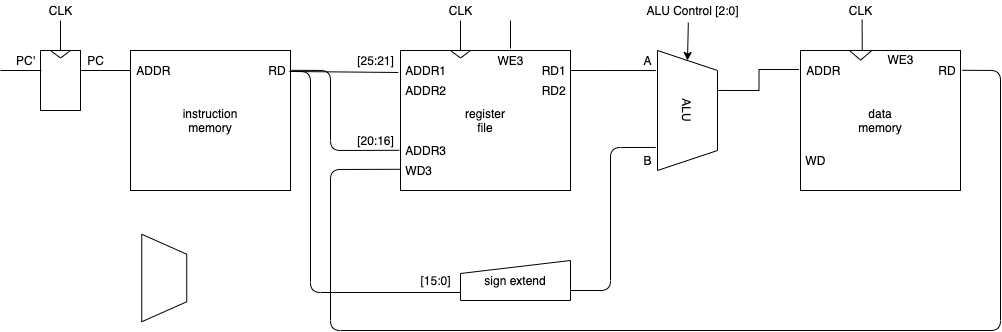
Above: doc/architecture.drawio.png in 0n1shi/fpga-mips (draw.io), before the change. Source tidied: cells renumbered, new cells last; positions are measured from the earlier drawing's top-left corner, leaving out a move shared by most shapes. Its diagram source:
```xml
<mxGraphModel>
  <root>
    <mxCell id="0" />
    <mxCell id="1" parent="0" />
    <mxCell id="2" style="group;" parent="1" vertex="1">
      <mxGeometry x="40" y="50" width="40" height="60" as="geometry" />
    </mxCell>
    <mxCell id="3" style="rounded=0;whiteSpace=wrap;html=1;" parent="2" vertex="1">
      <mxGeometry width="40" height="60" as="geometry" />
    </mxCell>
    <mxCell id="4" style="triangle;whiteSpace=wrap;html=1;rotation=90;" parent="2" vertex="1">
      <mxGeometry x="16.2" y="-6.2" width="7.5" height="20" as="geometry" />
    </mxCell>
    <mxCell id="5" style="endArrow=none;html=1;exitX=0.5;exitY=0;exitDx=0;exitDy=0;" parent="1" edge="1" source="3">
      <mxGeometry relative="1" as="geometry">
        <mxPoint x="60" y="20" as="targetPoint" />
      </mxGeometry>
    </mxCell>
    <mxCell id="6" value="CLK&lt;br&gt;" style="text;html=1;align=center;verticalAlign=middle;" parent="1" vertex="1">
      <mxGeometry x="40" width="40" height="20" as="geometry" />
    </mxCell>
    <mxCell id="7" style="endArrow=none;html=1;" parent="1" edge="1">
      <mxGeometry relative="1" as="geometry">
        <mxPoint y="70" as="sourcePoint" />
        <mxPoint x="41" y="70" as="targetPoint" />
      </mxGeometry>
    </mxCell>
    <mxCell id="8" value="PC'" style="text;html=1;align=center;verticalAlign=middle;" parent="1" vertex="1">
      <mxGeometry x="10" y="50" width="30" height="20" as="geometry" />
    </mxCell>
    <mxCell id="9" style="group;" parent="1" vertex="1">
      <mxGeometry x="130" y="50" width="160" height="140" as="geometry" />
    </mxCell>
    <mxCell id="10" value="instruction&lt;br&gt;memory" style="rounded=0;whiteSpace=wrap;html=1;" parent="9" vertex="1">
      <mxGeometry width="160" height="140" as="geometry" />
    </mxCell>
    <mxCell id="11" value="&amp;nbsp;ADDR" style="text;html=1;align=left;verticalAlign=middle;" parent="9" vertex="1">
      <mxGeometry x="1" y="10" width="50" height="20" as="geometry" />
    </mxCell>
    <mxCell id="12" value="RD&amp;nbsp;" style="text;html=1;align=right;verticalAlign=middle;points=[];" parent="9" vertex="1">
      <mxGeometry x="120" y="10" width="40" height="20" as="geometry" />
    </mxCell>
    <mxCell id="13" style="endArrow=none;html=1;entryX=-0.001;entryY=0.143;entryDx=0;entryDy=0;entryPerimeter=0;" parent="1" edge="1" target="10">
      <mxGeometry relative="1" as="geometry">
        <mxPoint x="80" y="70" as="sourcePoint" />
      </mxGeometry>
    </mxCell>
    <mxCell id="14" style="endArrow=none;html=1;exitX=0;exitY=0.5;exitDx=0;exitDy=0;" parent="1" edge="1" source="34">
      <mxGeometry relative="1" as="geometry">
        <mxPoint x="460" y="20" as="targetPoint" />
      </mxGeometry>
    </mxCell>
    <mxCell id="15" value="CLK&lt;br&gt;" style="text;html=1;align=center;verticalAlign=middle;" parent="1" vertex="1">
      <mxGeometry x="440" width="40" height="20" as="geometry" />
    </mxCell>
    <mxCell id="16" style="endArrow=none;html=1;" parent="1" edge="1">
      <mxGeometry relative="1" as="geometry">
        <mxPoint x="510" y="48" as="sourcePoint" />
        <mxPoint x="510" y="20" as="targetPoint" />
      </mxGeometry>
    </mxCell>
    <mxCell id="17" value="PC" style="text;html=1;align=center;verticalAlign=middle;" parent="1" vertex="1">
      <mxGeometry x="80" y="50" width="30" height="20" as="geometry" />
    </mxCell>
    <mxCell id="18" style="endArrow=none;html=1;entryX=1.045;entryY=0.55;entryDx=0;entryDy=0;entryPerimeter=0;exitX=-0.013;exitY=0.157;exitDx=0;exitDy=0;exitPerimeter=0;" parent="1" edge="1" source="27" target="12">
      <mxGeometry relative="1" as="geometry" />
    </mxCell>
    <mxCell id="19" value="[25:21]" style="text;html=1;align=center;verticalAlign=middle;" parent="1" vertex="1">
      <mxGeometry x="350" y="50" width="50" height="20" as="geometry" />
    </mxCell>
    <mxCell id="20" style="endArrow=none;html=1;exitX=0;exitY=0.8;exitDx=0;exitDy=0;entryX=0.97;entryY=0.55;entryDx=0;entryDy=0;entryPerimeter=0;exitPerimeter=0;" parent="1" edge="1" source="24" target="12">
      <mxGeometry relative="1" as="geometry">
        <Array as="points">
          <mxPoint x="310" y="292" />
          <mxPoint x="310" y="71" />
        </Array>
      </mxGeometry>
    </mxCell>
    <mxCell id="21" value="[15:0]" style="text;html=1;align=center;verticalAlign=middle;" parent="1" vertex="1">
      <mxGeometry x="410" y="270" width="50" height="20" as="geometry" />
    </mxCell>
    <mxCell id="22" style="edgeStyle=orthogonalEdgeStyle;rounded=0;jettySize=auto;html=1;entryX=-0.009;entryY=0.136;entryDx=0;entryDy=0;entryPerimeter=0;endArrow=none;endFill=0;exitX=0.333;exitY=-0.01;exitDx=0;exitDy=0;exitPerimeter=0;" parent="1" edge="1" source="23" target="44">
      <mxGeometry relative="1" as="geometry" />
    </mxCell>
    <mxCell id="23" value="ALU" style="shape=trapezoid;perimeter=trapezoidPerimeter;whiteSpace=wrap;html=1;fixedSize=1;align=center;rotation=90;" parent="1" vertex="1">
      <mxGeometry x="627" y="80" width="120" height="60" as="geometry" />
    </mxCell>
    <mxCell id="24" value="sign extend" style="shape=manualInput;whiteSpace=wrap;html=1;align=center;size=13;verticalAlign=middle;" parent="1" vertex="1">
      <mxGeometry x="460" y="260" width="110" height="40" as="geometry" />
    </mxCell>
    <mxCell id="25" style="endArrow=none;html=1;entryX=0.167;entryY=1.027;entryDx=0;entryDy=0;entryPerimeter=0;exitX=0.985;exitY=0.5;exitDx=0;exitDy=0;exitPerimeter=0;" parent="1" edge="1" source="32" target="23">
      <mxGeometry relative="1" as="geometry" />
    </mxCell>
    <mxCell id="26" style="group;" parent="1" vertex="1">
      <mxGeometry x="400" y="50" width="170" height="140" as="geometry" />
    </mxCell>
    <mxCell id="27" value="register&lt;br&gt;file" style="rounded=0;whiteSpace=wrap;html=1;" parent="26" vertex="1">
      <mxGeometry width="170" height="140" as="geometry" />
    </mxCell>
    <mxCell id="28" value="&amp;nbsp;ADDR1" style="text;html=1;align=left;verticalAlign=middle;" parent="26" vertex="1">
      <mxGeometry y="10" width="60" height="20" as="geometry" />
    </mxCell>
    <mxCell id="29" value="&amp;nbsp;ADDR2" style="text;html=1;align=left;verticalAlign=middle;points=[];" parent="26" vertex="1">
      <mxGeometry y="30" width="60" height="20" as="geometry" />
    </mxCell>
    <mxCell id="30" value="&amp;nbsp;ADDR3" style="text;html=1;align=left;verticalAlign=middle;points=[];" parent="26" vertex="1">
      <mxGeometry y="90" width="60" height="20" as="geometry" />
    </mxCell>
    <mxCell id="31" value="&amp;nbsp;WD3" style="text;html=1;align=left;verticalAlign=middle;points=[];" parent="26" vertex="1">
      <mxGeometry y="110" width="50" height="20" as="geometry" />
    </mxCell>
    <mxCell id="32" value="RD1&amp;nbsp;" style="text;html=1;align=right;verticalAlign=middle;points=[];" parent="26" vertex="1">
      <mxGeometry x="130" y="10" width="40" height="20" as="geometry" />
    </mxCell>
    <mxCell id="33" value="RD2&amp;nbsp;" style="text;html=1;align=right;verticalAlign=middle;points=[];" parent="26" vertex="1">
      <mxGeometry x="130" y="30" width="40" height="20" as="geometry" />
    </mxCell>
    <mxCell id="34" style="triangle;whiteSpace=wrap;html=1;rotation=90;" parent="26" vertex="1">
      <mxGeometry x="56.2" y="-6.2" width="7.5" height="20" as="geometry" />
    </mxCell>
    <mxCell id="35" value="WE3" style="text;html=1;align=center;verticalAlign=middle;horizontal=1;" parent="26" vertex="1">
      <mxGeometry x="90" width="40" height="20" as="geometry" />
    </mxCell>
    <mxCell id="36" style="endArrow=none;html=1;exitX=1;exitY=0.75;exitDx=0;exitDy=0;entryX=0.808;entryY=1.03;entryDx=0;entryDy=0;entryPerimeter=0;" parent="1" edge="1" source="24" target="23">
      <mxGeometry relative="1" as="geometry">
        <Array as="points">
          <mxPoint x="610" y="290" />
          <mxPoint x="610" y="147" />
        </Array>
      </mxGeometry>
    </mxCell>
    <mxCell id="37" value="A" style="text;html=1;align=center;verticalAlign=middle;" parent="1" vertex="1">
      <mxGeometry x="637" y="50" width="20" height="20" as="geometry" />
    </mxCell>
    <mxCell id="38" value="B" style="text;html=1;align=center;verticalAlign=middle;" parent="1" vertex="1">
      <mxGeometry x="637" y="150" width="20" height="20" as="geometry" />
    </mxCell>
    <mxCell id="39" style="endArrow=classic;html=1;entryX=0;entryY=0.5;entryDx=0;entryDy=0;exitX=0.462;exitY=1.11;exitDx=0;exitDy=0;exitPerimeter=0;" parent="1" edge="1" source="40" target="23">
      <mxGeometry relative="1" as="geometry" />
    </mxCell>
    <mxCell id="40" value="ALU Control [2:0]" style="text;html=1;align=center;verticalAlign=middle;points=[];" parent="1" vertex="1">
      <mxGeometry x="637" width="110" height="20" as="geometry" />
    </mxCell>
    <mxCell id="41" style="group;" parent="1" vertex="1">
      <mxGeometry x="800" y="50" width="160" height="140" as="geometry" />
    </mxCell>
    <mxCell id="42" style="group;" parent="41" vertex="1">
      <mxGeometry width="160" height="140" as="geometry" />
    </mxCell>
    <mxCell id="43" style="group;" parent="42" vertex="1">
      <mxGeometry y="-0.9" width="160" height="140.9" as="geometry" />
    </mxCell>
    <mxCell id="44" value="data&lt;br&gt;memory" style="rounded=0;whiteSpace=wrap;html=1;" parent="43" vertex="1">
      <mxGeometry y="0.9" width="160" height="140" as="geometry" />
    </mxCell>
    <mxCell id="45" value="&amp;nbsp;ADDR" style="text;html=1;align=left;verticalAlign=middle;" parent="43" vertex="1">
      <mxGeometry x="1" y="10.9" width="50" height="20" as="geometry" />
    </mxCell>
    <mxCell id="46" value="RD&amp;nbsp;" style="text;html=1;align=right;verticalAlign=middle;points=[];" parent="43" vertex="1">
      <mxGeometry x="120" y="10.9" width="40" height="20" as="geometry" />
    </mxCell>
    <mxCell id="47" value="&amp;nbsp;WD" style="text;html=1;align=left;verticalAlign=middle;points=[];" parent="43" vertex="1">
      <mxGeometry y="100.9" width="40" height="20" as="geometry" />
    </mxCell>
    <mxCell id="48" value="WE3" style="text;html=1;align=center;verticalAlign=middle;points=[];horizontal=1;" parent="43" vertex="1">
      <mxGeometry x="80" width="40" height="20" as="geometry" />
    </mxCell>
    <mxCell id="49" style="triangle;whiteSpace=wrap;html=1;align=center;rotation=90;" parent="43" vertex="1">
      <mxGeometry x="55.3" y="-5.4" width="9.7" height="22.3" as="geometry" />
    </mxCell>
    <mxCell id="50" style="endArrow=none;html=1;exitX=0.386;exitY=-0.001;exitDx=0;exitDy=0;exitPerimeter=0;entryX=0.54;entryY=0.96;entryDx=0;entryDy=0;entryPerimeter=0;" parent="1" edge="1" source="44" target="51">
      <mxGeometry relative="1" as="geometry" />
    </mxCell>
    <mxCell id="51" value="CLK&lt;br&gt;" style="text;html=1;align=center;verticalAlign=middle;points=[];" parent="1" vertex="1">
      <mxGeometry x="840" width="40" height="20" as="geometry" />
    </mxCell>
    <mxCell id="52" style="endArrow=none;html=1;exitX=1.02;exitY=0.49;exitDx=0;exitDy=0;exitPerimeter=0;entryX=-0.02;entryY=0.49;entryDx=0;entryDy=0;entryPerimeter=0;" parent="1" edge="1" source="12" target="30">
      <mxGeometry relative="1" as="geometry">
        <Array as="points">
          <mxPoint x="330" y="70" />
          <mxPoint x="330" y="150" />
        </Array>
      </mxGeometry>
    </mxCell>
    <mxCell id="53" value="[20:16]" style="text;html=1;align=center;verticalAlign=middle;" parent="1" vertex="1">
      <mxGeometry x="350" y="130" width="50" height="20" as="geometry" />
    </mxCell>
    <mxCell id="54" style="endArrow=none;html=1;entryX=1.045;entryY=0.49;entryDx=0;entryDy=0;entryPerimeter=0;exitX=-0.012;exitY=0.44;exitDx=0;exitDy=0;exitPerimeter=0;" parent="1" edge="1" source="31" target="46">
      <mxGeometry relative="1" as="geometry">
        <Array as="points">
          <mxPoint x="330" y="169" />
          <mxPoint x="330" y="330" />
          <mxPoint x="1000" y="330" />
          <mxPoint x="1000" y="70" />
        </Array>
      </mxGeometry>
    </mxCell>
    <mxCell id="55" style="shape=trapezoid;perimeter=trapezoidPerimeter;whiteSpace=wrap;html=1;fixedSize=1;align=center;rotation=90;" parent="1" vertex="1">
      <mxGeometry x="120" y="255" width="87.5" height="45" as="geometry" />
    </mxCell>
  </root>
</mxGraphModel>
```
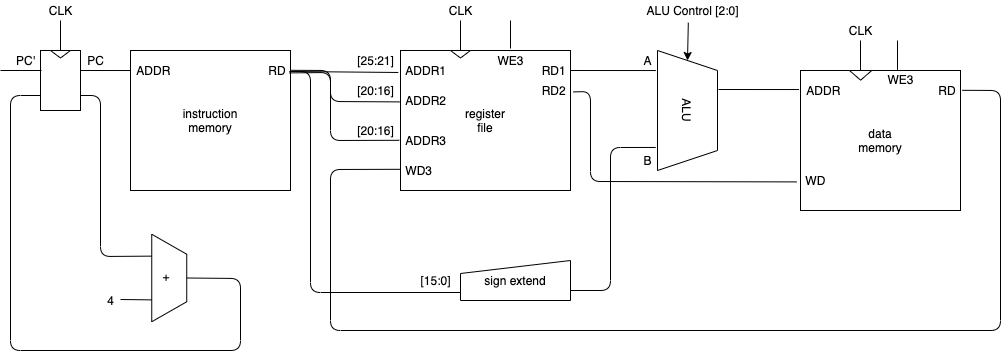
After the change.

Commit message:
:pencil: udpate readme

Diff of the diagram source:
```diff
@@ -79,8 +79,10 @@
     <mxCell id="21" value="[15:0]" style="text;html=1;align=center;verticalAlign=middle;" parent="1" vertex="1">
       <mxGeometry x="410" y="270" width="50" height="20" as="geometry" />
     </mxCell>
-    <mxCell id="22" style="edgeStyle=orthogonalEdgeStyle;rounded=0;jettySize=auto;html=1;entryX=-0.009;entryY=0.136;entryDx=0;entryDy=0;entryPerimeter=0;endArrow=none;endFill=0;exitX=0.333;exitY=-0.01;exitDx=0;exitDy=0;exitPerimeter=0;" parent="1" edge="1" source="23" target="44">
-      <mxGeometry relative="1" as="geometry" />
+    <mxCell id="22" style="edgeStyle=orthogonalEdgeStyle;rounded=0;jettySize=auto;html=1;entryX=-0.009;entryY=0.136;entryDx=0;entryDy=0;entryPerimeter=0;endArrow=none;endFill=0;" parent="1" edge="1" target="44">
+      <mxGeometry relative="1" as="geometry">
+        <mxPoint x="718" y="89" as="sourcePoint" />
+      </mxGeometry>
     </mxCell>
     <mxCell id="23" value="ALU" style="shape=trapezoid;perimeter=trapezoidPerimeter;whiteSpace=wrap;html=1;fixedSize=1;align=center;rotation=90;" parent="1" vertex="1">
       <mxGeometry x="627" y="80" width="120" height="60" as="geometry" />
@@ -101,10 +103,10 @@
       <mxGeometry y="10" width="60" height="20" as="geometry" />
     </mxCell>
     <mxCell id="29" value="&amp;nbsp;ADDR2" style="text;html=1;align=left;verticalAlign=middle;points=[];" parent="26" vertex="1">
-      <mxGeometry y="30" width="60" height="20" as="geometry" />
+      <mxGeometry y="40" width="60" height="20" as="geometry" />
     </mxCell>
     <mxCell id="30" value="&amp;nbsp;ADDR3" style="text;html=1;align=left;verticalAlign=middle;points=[];" parent="26" vertex="1">
-      <mxGeometry y="90" width="60" height="20" as="geometry" />
+      <mxGeometry y="80" width="60" height="20" as="geometry" />
     </mxCell>
     <mxCell id="31" value="&amp;nbsp;WD3" style="text;html=1;align=left;verticalAlign=middle;points=[];" parent="26" vertex="1">
       <mxGeometry y="110" width="50" height="20" as="geometry" />
@@ -142,7 +144,7 @@
       <mxGeometry x="637" width="110" height="20" as="geometry" />
     </mxCell>
     <mxCell id="41" style="group;" parent="1" vertex="1">
-      <mxGeometry x="800" y="50" width="160" height="140" as="geometry" />
+      <mxGeometry x="800" y="70" width="160" height="140" as="geometry" />
     </mxCell>
     <mxCell id="42" style="group;" parent="41" vertex="1">
       <mxGeometry width="160" height="140" as="geometry" />
@@ -168,22 +170,24 @@
     <mxCell id="49" style="triangle;whiteSpace=wrap;html=1;align=center;rotation=90;" parent="43" vertex="1">
       <mxGeometry x="55.3" y="-5.4" width="9.7" height="22.3" as="geometry" />
     </mxCell>
-    <mxCell id="50" style="endArrow=none;html=1;exitX=0.386;exitY=-0.001;exitDx=0;exitDy=0;exitPerimeter=0;entryX=0.54;entryY=0.96;entryDx=0;entryDy=0;entryPerimeter=0;" parent="1" edge="1" source="44" target="51">
-      <mxGeometry relative="1" as="geometry" />
+    <mxCell id="50" style="endArrow=none;html=1;" parent="1" edge="1" target="51">
+      <mxGeometry relative="1" as="geometry">
+        <mxPoint x="860" y="70" as="sourcePoint" />
+      </mxGeometry>
     </mxCell>
     <mxCell id="51" value="CLK&lt;br&gt;" style="text;html=1;align=center;verticalAlign=middle;points=[];" parent="1" vertex="1">
-      <mxGeometry x="840" width="40" height="20" as="geometry" />
+      <mxGeometry x="840" y="20" width="40" height="20" as="geometry" />
     </mxCell>
     <mxCell id="52" style="endArrow=none;html=1;exitX=1.02;exitY=0.49;exitDx=0;exitDy=0;exitPerimeter=0;entryX=-0.02;entryY=0.49;entryDx=0;entryDy=0;entryPerimeter=0;" parent="1" edge="1" source="12" target="30">
       <mxGeometry relative="1" as="geometry">
         <Array as="points">
           <mxPoint x="330" y="70" />
-          <mxPoint x="330" y="150" />
+          <mxPoint x="330" y="140" />
         </Array>
       </mxGeometry>
     </mxCell>
     <mxCell id="53" value="[20:16]" style="text;html=1;align=center;verticalAlign=middle;" parent="1" vertex="1">
-      <mxGeometry x="350" y="130" width="50" height="20" as="geometry" />
+      <mxGeometry x="350" y="120" width="50" height="20" as="geometry" />
     </mxCell>
     <mxCell id="54" style="endArrow=none;html=1;entryX=1.045;entryY=0.49;entryDx=0;entryDy=0;entryPerimeter=0;exitX=-0.012;exitY=0.44;exitDx=0;exitDy=0;exitPerimeter=0;" parent="1" edge="1" source="31" target="46">
       <mxGeometry relative="1" as="geometry">
@@ -191,12 +195,62 @@
           <mxPoint x="330" y="169" />
           <mxPoint x="330" y="330" />
           <mxPoint x="1000" y="330" />
-          <mxPoint x="1000" y="70" />
+          <mxPoint x="1000" y="90" />
         </Array>
       </mxGeometry>
     </mxCell>
-    <mxCell id="55" style="shape=trapezoid;perimeter=trapezoidPerimeter;whiteSpace=wrap;html=1;fixedSize=1;align=center;rotation=90;" parent="1" vertex="1">
-      <mxGeometry x="120" y="255" width="87.5" height="45" as="geometry" />
+    <mxCell id="55" value="+" style="shape=trapezoid;perimeter=trapezoidPerimeter;whiteSpace=wrap;html=1;fixedSize=1;align=center;rotation=90;" parent="1" vertex="1">
+      <mxGeometry x="125" y="260" width="87.5" height="35" as="geometry" />
     </mxCell>
+    <mxCell id="56" style="endArrow=none;html=1;exitX=1;exitY=0.75;exitDx=0;exitDy=0;entryX=0.25;entryY=1;entryDx=0;entryDy=0;" parent="1" edge="1" source="3" target="55">
+      <mxGeometry relative="1" as="geometry">
+        <Array as="points">
+          <mxPoint x="100" y="95" />
+          <mxPoint x="100" y="256" />
+        </Array>
+      </mxGeometry>
+    </mxCell>
+    <mxCell id="57" style="endArrow=none;html=1;exitX=0.5;exitY=0;exitDx=0;exitDy=0;entryX=0;entryY=0.75;entryDx=0;entryDy=0;" parent="1" edge="1" source="55" target="3">
+      <mxGeometry relative="1" as="geometry">
+        <Array as="points">
+          <mxPoint x="240" y="278" />
+          <mxPoint x="240" y="350" />
+          <mxPoint x="10" y="350" />
+          <mxPoint x="10" y="95" />
+        </Array>
+      </mxGeometry>
+    </mxCell>
+    <mxCell id="58" style="endArrow=none;html=1;entryX=0.75;entryY=1;entryDx=0;entryDy=0;" parent="1" edge="1" target="55">
+      <mxGeometry relative="1" as="geometry">
+        <mxPoint x="120" y="299" as="sourcePoint" />
+      </mxGeometry>
+    </mxCell>
+    <mxCell id="59" value="4" style="text;html=1;align=center;verticalAlign=middle;" parent="1" vertex="1">
+      <mxGeometry x="100" y="290" width="20" height="20" as="geometry" />
+    </mxCell>
+    <mxCell id="60" style="endArrow=none;html=1;exitX=0.975;exitY=0.62;exitDx=0;exitDy=0;exitPerimeter=0;entryX=-0.017;entryY=0.57;entryDx=0;entryDy=0;entryPerimeter=0;" parent="1" edge="1" source="12" target="29">
+      <mxGeometry relative="1" as="geometry">
+        <Array as="points">
+          <mxPoint x="330" y="72" />
+          <mxPoint x="330" y="101" />
+        </Array>
+      </mxGeometry>
+    </mxCell>
+    <mxCell id="61" value="[20:16]" style="text;html=1;align=center;verticalAlign=middle;" parent="1" vertex="1">
+      <mxGeometry x="350" y="80" width="50" height="20" as="geometry" />
+    </mxCell>
+    <mxCell id="62" style="endArrow=none;html=1;entryX=-0.1;entryY=0.57;entryDx=0;entryDy=0;entryPerimeter=0;exitX=1.075;exitY=0.57;exitDx=0;exitDy=0;exitPerimeter=0;" parent="1" edge="1" source="33" target="47">
+      <mxGeometry relative="1" as="geometry">
+        <Array as="points">
+          <mxPoint x="590" y="91" />
+          <mxPoint x="590" y="181" />
+        </Array>
+      </mxGeometry>
+    </mxCell>
+    <mxCell id="63" style="endArrow=none;html=1;exitX=0.425;exitY=0.017;exitDx=0;exitDy=0;exitPerimeter=0;" parent="1" edge="1" source="48">
+      <mxGeometry relative="1" as="geometry">
+        <mxPoint x="897" y="40" as="targetPoint" />
+      </mxGeometry>
+    </mxCell>
   </root>
 </mxGraphModel>
```
